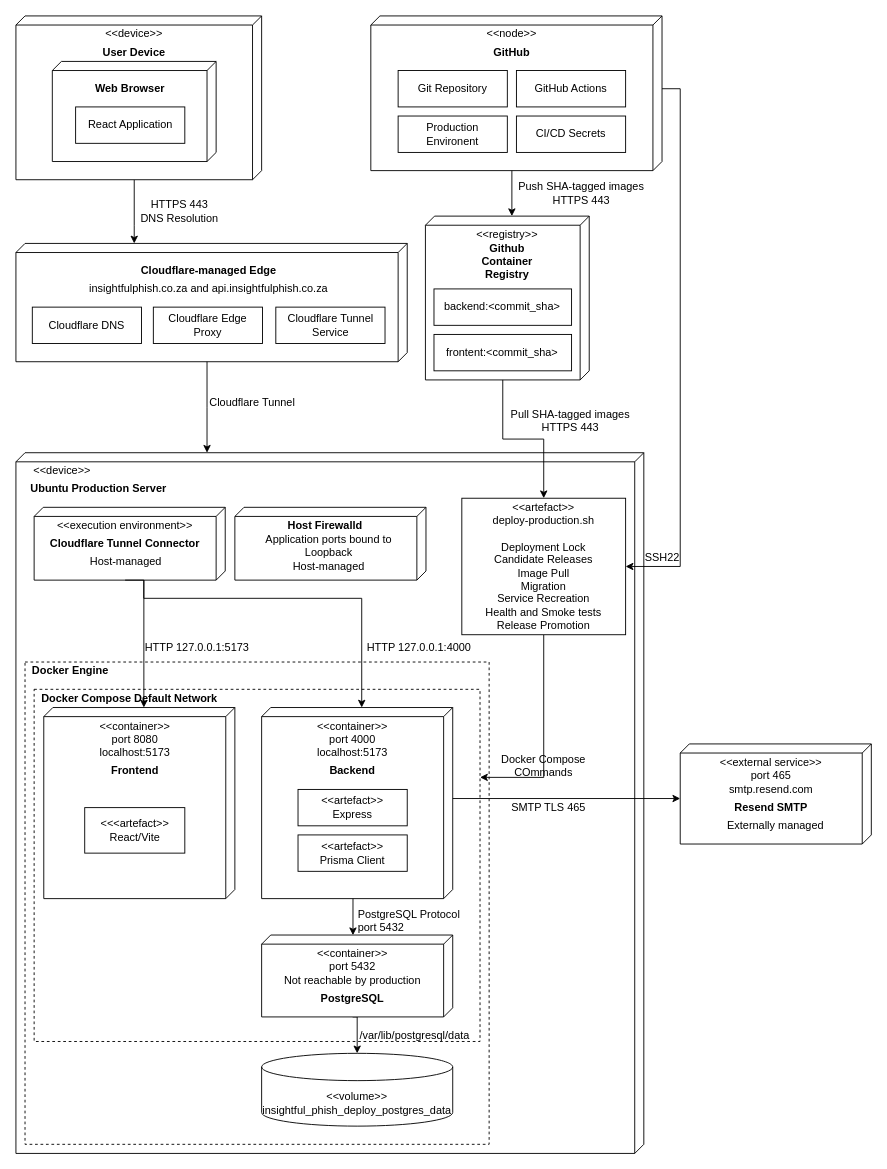
This is docs/demo3/diagrams/sas/production-deployment-diagram.drawio from COS301-SE-2026/Cybersecurity-Awareness-Training-Platform, a draw.io file, before an edit. Source tidied: cells renumbered, new cells numbered last; positions are measured from the earlier drawing's top-left corner, leaving out a move shared by most shapes. Both pictures are drawn from the tidied source at 91%, with x=0, y=0 at pixel (15, 15).
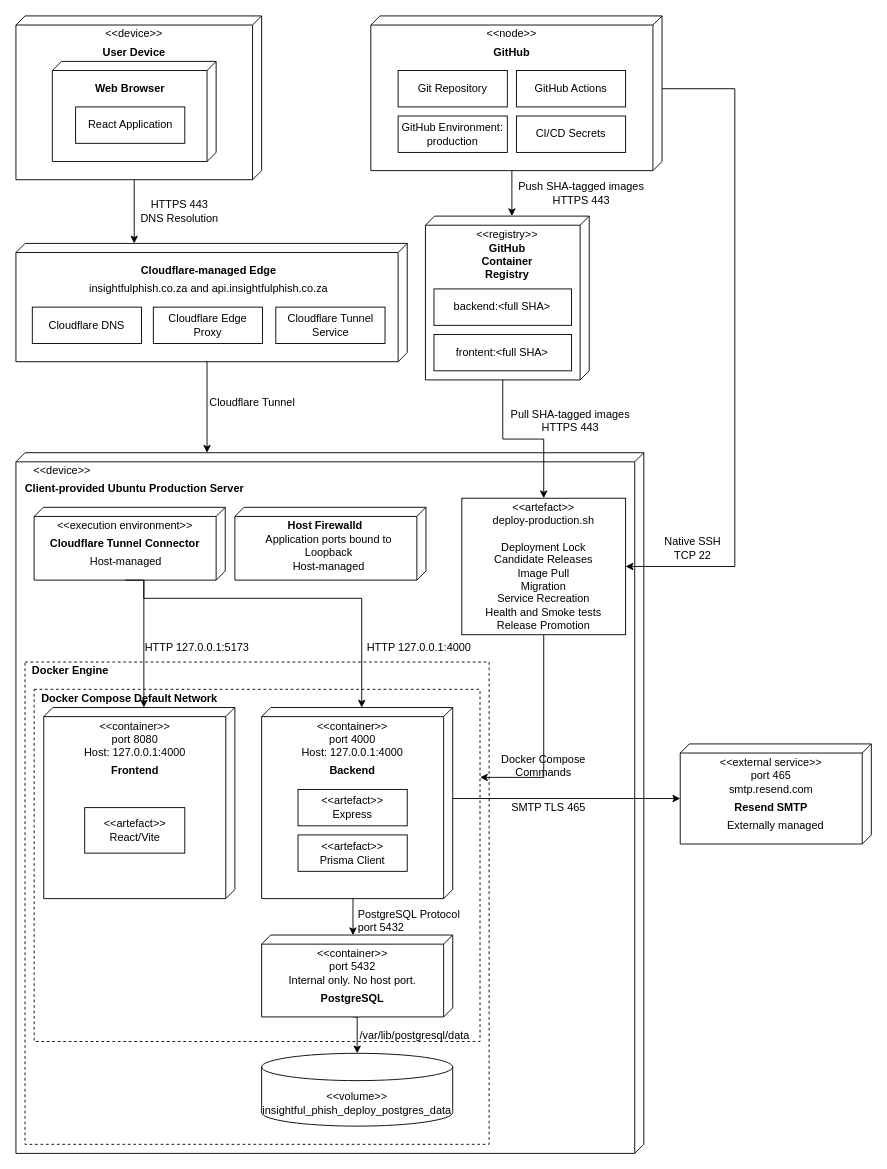
Above is the later version.

Commit message (it also covers changes not shown here):
docs: update production deployment diagram

Unchanged cells that the change refers to:
```xml
<mxCell id="6" style="verticalAlign=top;align=left;spacingTop=8;spacingLeft=2;spacingRight=12;shape=cube;size=10;direction=south;fontStyle=4;html=1;whiteSpace=wrap;" parent="1" vertex="1">
  <mxGeometry x="390" width="320" height="170" as="geometry" />
</mxCell>
<mxCell id="67" value="&amp;lt;&amp;lt;artefact&amp;gt;&amp;gt;&lt;div&gt;deploy-production.sh&lt;/div&gt;&lt;div&gt;&lt;br&gt;&lt;/div&gt;&lt;div&gt;Deployment Lock&lt;br&gt;Candidate Releases&lt;br&gt;Image Pull&lt;br&gt;Migration&lt;br&gt;Service Recreation&lt;br&gt;Health and Smoke tests&lt;br&gt;Release Promotion&lt;/div&gt;" style="rounded=0;whiteSpace=wrap;html=1;" parent="1" vertex="1">
  <mxGeometry x="490" y="530" width="180" height="150" as="geometry" />
</mxCell>
```

The edit, as a diff of the source:
```diff
@@
-    <mxCell id="11" value="Production Environent" style="rounded=0;whiteSpace=wrap;html=1;" parent="1" vertex="1">
+    <mxCell id="11" value="GitHub Environment:&lt;br&gt;production" style="rounded=0;whiteSpace=wrap;html=1;" parent="1" vertex="1">
       <mxGeometry x="420" y="110" width="120" height="40" as="geometry" />
     </mxCell>
@@
-    <mxCell id="15" value="&lt;b&gt;Github Container Registry&lt;/b&gt;" style="text;html=1;whiteSpace=wrap;strokeColor=none;fillColor=none;align=center;verticalAlign=middle;rounded=0;" parent="1" vertex="1">
+    <mxCell id="15" value="&lt;b&gt;GitHub Container Registry&lt;/b&gt;" style="text;html=1;whiteSpace=wrap;strokeColor=none;fillColor=none;align=center;verticalAlign=middle;rounded=0;" parent="1" vertex="1">
       <mxGeometry x="500" y="250" width="80" height="40" as="geometry" />
     </mxCell>
-    <mxCell id="16" value="backend:&amp;lt;commit_sha&amp;gt;" style="rounded=0;whiteSpace=wrap;html=1;" parent="1" vertex="1">
+    <mxCell id="16" value="backend:&amp;lt;full SHA&amp;gt;" style="rounded=0;whiteSpace=wrap;html=1;" parent="1" vertex="1">
       <mxGeometry x="459.4" y="300" width="151.2" height="40" as="geometry" />
     </mxCell>
-    <mxCell id="17" value="frontent:&amp;lt;commit_sha&amp;gt;" style="rounded=0;whiteSpace=wrap;html=1;" parent="1" vertex="1">
+    <mxCell id="17" value="frontent:&amp;lt;full SHA&amp;gt;" style="rounded=0;whiteSpace=wrap;html=1;" parent="1" vertex="1">
       <mxGeometry x="459.4" y="350" width="151.2" height="40" as="geometry" />
     </mxCell>
@@
-    <mxCell id="31" value="&lt;b&gt;Ubuntu Production Server&lt;/b&gt;" style="text;html=1;whiteSpace=wrap;strokeColor=none;fillColor=none;align=center;verticalAlign=middle;rounded=0;" parent="1" vertex="1">
-      <mxGeometry x="0.6" y="510" width="180" height="20" as="geometry" />
+    <mxCell id="31" value="&lt;b&gt;Client-provided Ubuntu Production Server&lt;/b&gt;" style="text;html=1;whiteSpace=wrap;strokeColor=none;fillColor=none;align=center;verticalAlign=middle;rounded=0;" parent="1" vertex="1">
+      <mxGeometry x="0.6" y="510" width="259.4" height="20" as="geometry" />
     </mxCell>
@@
-    <mxCell id="44" value="&amp;lt;&amp;lt;container&amp;gt;&amp;gt;&lt;div&gt;port 8080&lt;/div&gt;&lt;div&gt;localhost:5173&lt;/div&gt;" style="text;html=1;whiteSpace=wrap;strokeColor=none;fillColor=none;align=center;verticalAlign=middle;rounded=0;" parent="1" vertex="1">
+    <mxCell id="44" value="&amp;lt;&amp;lt;container&amp;gt;&amp;gt;&lt;div&gt;port 8080&lt;/div&gt;&lt;div&gt;Host: 127.0.0.1:4000&lt;/div&gt;" style="text;html=1;whiteSpace=wrap;strokeColor=none;fillColor=none;align=center;verticalAlign=middle;rounded=0;" parent="1" vertex="1">
       <mxGeometry x="40.6" y="770" width="180" height="50" as="geometry" />
     </mxCell>
@@
-    <mxCell id="48" value="&amp;lt;&amp;lt;container&amp;gt;&amp;gt;&lt;div&gt;port 4000&lt;/div&gt;&lt;div&gt;localhost:5173&lt;/div&gt;" style="text;html=1;whiteSpace=wrap;strokeColor=none;fillColor=none;align=center;verticalAlign=middle;rounded=0;" parent="1" vertex="1">
+    <mxCell id="48" value="&amp;lt;&amp;lt;container&amp;gt;&amp;gt;&lt;div&gt;port 4000&lt;/div&gt;&lt;div&gt;Host: 127.0.0.1:4000&lt;/div&gt;" style="text;html=1;whiteSpace=wrap;strokeColor=none;fillColor=none;align=center;verticalAlign=middle;rounded=0;" parent="1" vertex="1">
       <mxGeometry x="280" y="770" width="180" height="50" as="geometry" />
     </mxCell>
@@
-    <mxCell id="52" value="&amp;lt;&amp;lt;&amp;lt;artefact&amp;gt;&amp;gt;&lt;div&gt;React/Vite&lt;/div&gt;" style="html=1;whiteSpace=wrap;" parent="1" vertex="1">
+    <mxCell id="52" value="&amp;lt;&amp;lt;artefact&amp;gt;&amp;gt;&lt;div&gt;React/Vite&lt;/div&gt;" style="html=1;whiteSpace=wrap;" parent="1" vertex="1">
       <mxGeometry x="75.6" y="870" width="110" height="50" as="geometry" />
     </mxCell>
@@
-    <mxCell id="55" value="&amp;lt;&amp;lt;container&amp;gt;&amp;gt;&lt;div&gt;port 5432&lt;/div&gt;&lt;div&gt;Not reachable by production&lt;/div&gt;" style="text;html=1;whiteSpace=wrap;strokeColor=none;fillColor=none;align=center;verticalAlign=middle;rounded=0;" parent="1" vertex="1">
+    <mxCell id="55" value="&amp;lt;&amp;lt;container&amp;gt;&amp;gt;&lt;div&gt;port 5432&lt;/div&gt;&lt;div&gt;Internal only. No host port.&lt;/div&gt;" style="text;html=1;whiteSpace=wrap;strokeColor=none;fillColor=none;align=center;verticalAlign=middle;rounded=0;" parent="1" vertex="1">
       <mxGeometry x="280" y="1020" width="180" height="50" as="geometry" />
     </mxCell>
@@
-    <mxCell id="69" value="Docker Compose COmmands" style="text;html=1;whiteSpace=wrap;strokeColor=none;fillColor=none;align=center;verticalAlign=middle;rounded=0;" parent="1" vertex="1">
+    <mxCell id="69" value="Docker Compose Co&lt;span style=&quot;background-color: transparent; color: light-dark(rgb(0, 0, 0), rgb(255, 255, 255));&quot;&gt;mmands&lt;/span&gt;" style="text;html=1;whiteSpace=wrap;strokeColor=none;fillColor=none;align=center;verticalAlign=middle;rounded=0;" parent="1" vertex="1">
       <mxGeometry x="520" y="809" width="120" height="30" as="geometry" />
     </mxCell>
-    <mxCell id="70" value="SSH22" style="text;html=1;whiteSpace=wrap;strokeColor=none;fillColor=none;align=center;verticalAlign=middle;rounded=0;" parent="1" vertex="1">
-      <mxGeometry x="635" y="580" width="151.2" height="30" as="geometry" />
+    <mxCell id="70" value="Native SSH&lt;br&gt;TCP 22" style="text;html=1;whiteSpace=wrap;strokeColor=none;fillColor=none;align=center;verticalAlign=middle;rounded=0;" parent="1" vertex="1">
+      <mxGeometry x="697.2" y="570" width="94" height="30" as="geometry" />
     </mxCell>
     <mxCell id="71" style="edgeStyle=orthogonalEdgeStyle;rounded=0;jettySize=auto;html=1;exitX=0;exitY=0;exitDx=80;exitDy=0;exitPerimeter=0;entryX=1;entryY=0.5;entryDx=0;entryDy=0;" parent="1" edge="1" source="6" target="67">
-      <mxGeometry relative="1" as="geometry" />
+      <mxGeometry relative="1" as="geometry">
+        <Array as="points">
+          <mxPoint x="790" y="80.1" />
+          <mxPoint x="790" y="605" />
+        </Array>
+      </mxGeometry>
     </mxCell>
```
